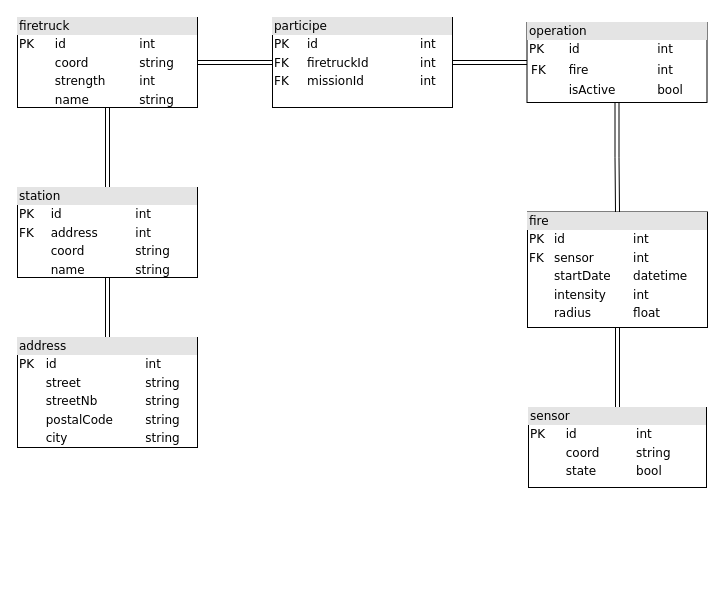
Earlier version of the draw.io diagram docs/diagrams/diagramme_merise.drawio (saya-rbt/firecloud-monitor). Source tidied: cells renumbered, new cells numbered last; positions are measured from the earlier drawing's top-left corner, leaving out a move shared by most shapes. Both pictures are drawn from the tidied source at 100%, with x=0, y=0 at pixel (17, 17).
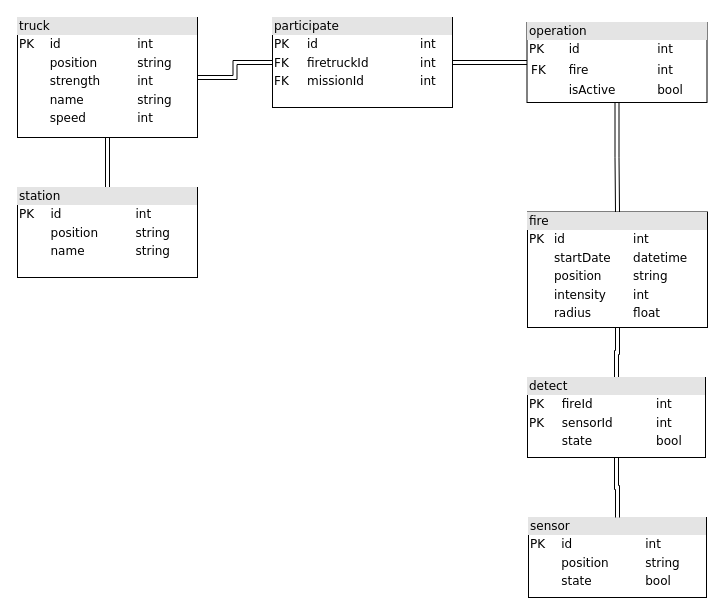
The same page after the edit.

Commit message (it also covers changes not shown here):
Update doc and update merise diagram

The edit, as a diff of the source:
```diff
@@
 <mxGraphModel background="#ffffff">
   <root>
     <mxCell id="0" />
     <mxCell id="1" parent="0" />
     <mxCell id="2" style="edgeStyle=orthogonalEdgeStyle;shape=link;rounded=0;jettySize=auto;html=1;exitX=0.5;exitY=1;exitDx=0;exitDy=0;entryX=0.5;entryY=0;entryDx=0;entryDy=0;endArrow=none;endFill=0;" parent="1" edge="1" source="4" target="9">
       <mxGeometry relative="1" as="geometry" />
     </mxCell>
     <mxCell id="3" style="edgeStyle=orthogonalEdgeStyle;shape=link;rounded=0;jettySize=auto;html=1;exitX=1;exitY=0.5;exitDx=0;exitDy=0;entryX=0;entryY=0.5;entryDx=0;entryDy=0;endArrow=none;endFill=0;" parent="1" edge="1" source="4" target="12">
       <mxGeometry relative="1" as="geometry" />
     </mxCell>
-    <mxCell id="4" value="&lt;div style=&quot;box-sizing: border-box ; width: 100% ; background: #e4e4e4 ; padding: 2px&quot;&gt;firetruck&lt;br&gt;&lt;/div&gt;&lt;table style=&quot;width: 100% ; font-size: 1em&quot; cellspacing=&quot;0&quot; cellpadding=&quot;2&quot;&gt;&lt;tbody&gt;&lt;tr&gt;&lt;td&gt;PK&lt;/td&gt;&lt;td&gt;&lt;br&gt;&lt;/td&gt;&lt;td&gt;id&lt;/td&gt;&lt;td&gt;int&lt;/td&gt;&lt;/tr&gt;&lt;tr&gt;&lt;td&gt;&lt;br&gt;&lt;/td&gt;&lt;td&gt;&lt;br&gt;&lt;/td&gt;&lt;td&gt;coord&lt;/td&gt;&lt;td&gt;string&lt;/td&gt;&lt;/tr&gt;&lt;tr&gt;&lt;td&gt;&lt;br&gt;&lt;/td&gt;&lt;td&gt;&lt;br&gt;&lt;/td&gt;&lt;td&gt;strength&lt;/td&gt;&lt;td&gt;int&lt;/td&gt;&lt;/tr&gt;&lt;tr&gt;&lt;td&gt;&lt;br&gt;&lt;/td&gt;&lt;td&gt;&lt;br&gt;&lt;/td&gt;&lt;td&gt;name&lt;/td&gt;&lt;td&gt;string&lt;/td&gt;&lt;/tr&gt;&lt;/tbody&gt;&lt;/table&gt;" style="verticalAlign=top;align=left;overflow=fill;html=1;rounded=0;shadow=0;comic=0;labelBackgroundColor=none;strokeWidth=1;fontFamily=Verdana;fontSize=12;" parent="1" vertex="1">
-      <mxGeometry width="180" height="90" as="geometry" />
+    <mxCell id="4" value="&lt;div style=&quot;box-sizing: border-box ; width: 100% ; background: #e4e4e4 ; padding: 2px&quot;&gt;truck&lt;br&gt;&lt;/div&gt;&lt;table style=&quot;width: 100% ; font-size: 1em&quot; cellspacing=&quot;0&quot; cellpadding=&quot;2&quot;&gt;&lt;tbody&gt;&lt;tr&gt;&lt;td&gt;PK&lt;/td&gt;&lt;td&gt;id&lt;/td&gt;&lt;td&gt;int&lt;/td&gt;&lt;/tr&gt;&lt;tr&gt;&lt;td&gt;&lt;br&gt;&lt;/td&gt;&lt;td&gt;position&lt;/td&gt;&lt;td&gt;string&lt;/td&gt;&lt;/tr&gt;&lt;tr&gt;&lt;td&gt;&lt;br&gt;&lt;/td&gt;&lt;td&gt;strength&lt;/td&gt;&lt;td&gt;int&lt;/td&gt;&lt;/tr&gt;&lt;tr&gt;&lt;td&gt;&lt;br&gt;&lt;/td&gt;&lt;td&gt;name&lt;/td&gt;&lt;td&gt;string&lt;/td&gt;&lt;/tr&gt;&lt;tr&gt;&lt;td&gt;&lt;br&gt;&lt;/td&gt;&lt;td&gt;speed&lt;/td&gt;&lt;td&gt;int&lt;/td&gt;&lt;/tr&gt;&lt;/tbody&gt;&lt;/table&gt;" style="verticalAlign=top;align=left;overflow=fill;html=1;rounded=0;shadow=0;comic=0;labelBackgroundColor=none;strokeWidth=1;fontFamily=Verdana;fontSize=12;" parent="1" vertex="1">
+      <mxGeometry width="180" height="120" as="geometry" />
     </mxCell>
     <mxCell id="5" style="edgeStyle=orthogonalEdgeStyle;shape=link;rounded=0;jettySize=auto;html=1;exitX=0.5;exitY=1;exitDx=0;exitDy=0;entryX=0.5;entryY=0;entryDx=0;entryDy=0;endArrow=none;endFill=0;" parent="1" edge="1" source="6" target="10">
       <mxGeometry relative="1" as="geometry" />
     </mxCell>
     <mxCell id="6" value="&lt;div style=&quot;box-sizing: border-box ; width: 100% ; background: #e4e4e4 ; padding: 2px&quot;&gt;operation&lt;br&gt;&lt;/div&gt;&lt;table style=&quot;width: 100% ; font-size: 1em&quot; cellspacing=&quot;0&quot; cellpadding=&quot;2&quot;&gt;&lt;tbody&gt;&lt;tr&gt;&lt;td&gt;PK&lt;/td&gt;&lt;td&gt;id&lt;/td&gt;&lt;td&gt;int&lt;/td&gt;&lt;/tr&gt;&lt;tr&gt;&lt;td&gt;&lt;table cellspacing=&quot;0&quot; cellpadding=&quot;2&quot;&gt;&lt;tbody&gt;&lt;tr&gt;&lt;td&gt;FK&lt;/td&gt;&lt;/tr&gt;&lt;/tbody&gt;&lt;/table&gt;&lt;/td&gt;&lt;td&gt;fire&lt;/td&gt;&lt;td&gt;int&lt;/td&gt;&lt;/tr&gt;&lt;tr&gt;&lt;td&gt;&lt;br&gt;&lt;/td&gt;&lt;td&gt;isActive&lt;br&gt;&lt;/td&gt;&lt;td&gt;bool&lt;/td&gt;&lt;/tr&gt;&lt;/tbody&gt;&lt;/table&gt;" style="verticalAlign=top;align=left;overflow=fill;html=1;rounded=0;shadow=0;comic=0;labelBackgroundColor=none;strokeWidth=1;fontFamily=Verdana;fontSize=12;" parent="1" vertex="1">
       <mxGeometry x="509.5" y="5" width="180" height="80" as="geometry" />
     </mxCell>
-    <mxCell id="7" style="edgeStyle=orthogonalEdgeStyle;shape=link;rounded=0;jettySize=auto;html=1;exitX=0.5;exitY=0;exitDx=0;exitDy=0;entryX=0.5;entryY=1;entryDx=0;entryDy=0;endArrow=none;endFill=0;" parent="1" edge="1" source="8" target="9">
-      <mxGeometry relative="1" as="geometry" />
-    </mxCell>
-    <mxCell id="8" value="&lt;div style=&quot;box-sizing: border-box ; width: 100% ; background: #e4e4e4 ; padding: 2px&quot;&gt;address&lt;br&gt;&lt;/div&gt;&lt;table style=&quot;width: 100% ; font-size: 1em&quot; cellspacing=&quot;0&quot; cellpadding=&quot;2&quot;&gt;&lt;tbody&gt;&lt;tr&gt;&lt;td&gt;PK&lt;/td&gt;&lt;td&gt;id&lt;/td&gt;&lt;td&gt;int&lt;/td&gt;&lt;/tr&gt;&lt;tr&gt;&lt;td&gt;&lt;br&gt;&lt;/td&gt;&lt;td&gt;street&lt;/td&gt;&lt;td&gt;string&lt;/td&gt;&lt;/tr&gt;&lt;tr&gt;&lt;td&gt;&lt;br&gt;&lt;/td&gt;&lt;td&gt;streetNb&lt;/td&gt;&lt;td&gt;string&lt;/td&gt;&lt;/tr&gt;&lt;tr&gt;&lt;td&gt;&lt;br&gt;&lt;/td&gt;&lt;td&gt;postalCode&lt;br&gt;&lt;/td&gt;&lt;td&gt;string&lt;/td&gt;&lt;/tr&gt;&lt;tr&gt;&lt;td&gt;&lt;br&gt;&lt;/td&gt;&lt;td&gt;city&lt;/td&gt;&lt;td&gt;string&lt;/td&gt;&lt;/tr&gt;&lt;/tbody&gt;&lt;/table&gt;" style="verticalAlign=top;align=left;overflow=fill;html=1;rounded=0;shadow=0;comic=0;labelBackgroundColor=none;strokeWidth=1;fontFamily=Verdana;fontSize=12;" parent="1" vertex="1">
-      <mxGeometry y="320" width="180" height="110" as="geometry" />
-    </mxCell>
-    <mxCell id="9" value="&lt;div style=&quot;box-sizing: border-box ; width: 100% ; background: #e4e4e4 ; padding: 2px&quot;&gt;station&lt;/div&gt;&lt;table style=&quot;width: 100% ; font-size: 1em&quot; cellspacing=&quot;0&quot; cellpadding=&quot;2&quot;&gt;&lt;tbody&gt;&lt;tr&gt;&lt;td&gt;PK&lt;/td&gt;&lt;td&gt;id&lt;/td&gt;&lt;td&gt;int&lt;/td&gt;&lt;/tr&gt;&lt;tr&gt;&lt;td&gt;FK&lt;/td&gt;&lt;td&gt;address&lt;/td&gt;&lt;td&gt;int&lt;/td&gt;&lt;/tr&gt;&lt;tr&gt;&lt;td&gt;&lt;br&gt;&lt;/td&gt;&lt;td&gt;coord&lt;/td&gt;&lt;td&gt;string&lt;/td&gt;&lt;/tr&gt;&lt;tr&gt;&lt;td&gt;&lt;br&gt;&lt;/td&gt;&lt;td&gt;name&lt;/td&gt;&lt;td&gt;string&lt;/td&gt;&lt;/tr&gt;&lt;/tbody&gt;&lt;/table&gt;" style="verticalAlign=top;align=left;overflow=fill;html=1;rounded=0;shadow=0;comic=0;labelBackgroundColor=none;strokeWidth=1;fontFamily=Verdana;fontSize=12;" parent="1" vertex="1">
+    <mxCell id="9" value="&lt;div style=&quot;box-sizing: border-box ; width: 100% ; background: #e4e4e4 ; padding: 2px&quot;&gt;station&lt;/div&gt;&lt;table style=&quot;width: 100% ; font-size: 1em&quot; cellspacing=&quot;0&quot; cellpadding=&quot;2&quot;&gt;&lt;tbody&gt;&lt;tr&gt;&lt;td&gt;PK&lt;/td&gt;&lt;td&gt;id&lt;/td&gt;&lt;td&gt;int&lt;/td&gt;&lt;/tr&gt;&lt;tr&gt;&lt;td&gt;&lt;br&gt;&lt;/td&gt;&lt;td&gt;position&lt;/td&gt;&lt;td&gt;string&lt;/td&gt;&lt;/tr&gt;&lt;tr&gt;&lt;td&gt;&lt;br&gt;&lt;/td&gt;&lt;td&gt;name&lt;/td&gt;&lt;td&gt;string&lt;/td&gt;&lt;/tr&gt;&lt;/tbody&gt;&lt;/table&gt;" style="verticalAlign=top;align=left;overflow=fill;html=1;rounded=0;shadow=0;comic=0;labelBackgroundColor=none;strokeWidth=1;fontFamily=Verdana;fontSize=12;" parent="1" vertex="1">
       <mxGeometry y="170" width="180" height="90" as="geometry" />
     </mxCell>
-    <mxCell id="10" value="&lt;div style=&quot;box-sizing: border-box ; width: 100% ; background: #e4e4e4 ; padding: 2px&quot;&gt;fire&lt;/div&gt;&lt;table style=&quot;width: 100% ; font-size: 1em&quot; cellspacing=&quot;0&quot; cellpadding=&quot;2&quot;&gt;&lt;tbody&gt;&lt;tr&gt;&lt;td&gt;PK&lt;/td&gt;&lt;td&gt;id&lt;/td&gt;&lt;td&gt;int&lt;/td&gt;&lt;/tr&gt;&lt;tr&gt;&lt;td&gt;FK&lt;br&gt;&lt;/td&gt;&lt;td&gt;sensor&lt;/td&gt;&lt;td&gt;int&lt;/td&gt;&lt;/tr&gt;&lt;tr&gt;&lt;td&gt;&lt;br&gt;&lt;/td&gt;&lt;td&gt;startDate&lt;br&gt;&lt;/td&gt;&lt;td&gt;datetime&lt;/td&gt;&lt;/tr&gt;&lt;tr&gt;&lt;td&gt;&lt;br&gt;&lt;/td&gt;&lt;td&gt;intensity&lt;/td&gt;&lt;td&gt;int&lt;/td&gt;&lt;/tr&gt;&lt;tr&gt;&lt;td&gt;&lt;br&gt;&lt;/td&gt;&lt;td&gt;radius&lt;/td&gt;&lt;td&gt;float&lt;/td&gt;&lt;/tr&gt;&lt;/tbody&gt;&lt;/table&gt;" style="verticalAlign=top;align=left;overflow=fill;html=1;rounded=0;shadow=0;comic=0;labelBackgroundColor=none;strokeWidth=1;fontFamily=Verdana;fontSize=12;" parent="1" vertex="1">
+    <mxCell id="10" value="&lt;div style=&quot;box-sizing: border-box ; width: 100% ; background: #e4e4e4 ; padding: 2px&quot;&gt;fire&lt;/div&gt;&lt;table style=&quot;width: 100% ; font-size: 1em&quot; cellspacing=&quot;0&quot; cellpadding=&quot;2&quot;&gt;&lt;tbody&gt;&lt;tr&gt;&lt;td&gt;PK&lt;/td&gt;&lt;td&gt;id&lt;/td&gt;&lt;td&gt;int&lt;/td&gt;&lt;/tr&gt;&lt;tr&gt;&lt;td&gt;&lt;br&gt;&lt;/td&gt;&lt;td&gt;startDate&lt;br&gt;&lt;/td&gt;&lt;td&gt;datetime&lt;/td&gt;&lt;/tr&gt;&lt;tr&gt;&lt;td&gt;&lt;br&gt;&lt;/td&gt;&lt;td&gt;position&lt;/td&gt;&lt;td&gt;string&lt;/td&gt;&lt;/tr&gt;&lt;tr&gt;&lt;td&gt;&lt;br&gt;&lt;/td&gt;&lt;td&gt;intensity&lt;/td&gt;&lt;td&gt;int&lt;/td&gt;&lt;/tr&gt;&lt;tr&gt;&lt;td&gt;&lt;br&gt;&lt;/td&gt;&lt;td&gt;radius&lt;/td&gt;&lt;td&gt;float&lt;/td&gt;&lt;/tr&gt;&lt;/tbody&gt;&lt;/table&gt;" style="verticalAlign=top;align=left;overflow=fill;html=1;rounded=0;shadow=0;comic=0;labelBackgroundColor=none;strokeWidth=1;fontFamily=Verdana;fontSize=12;" parent="1" vertex="1">
       <mxGeometry x="510" y="194.5" width="180" height="115.5" as="geometry" />
     </mxCell>
     <mxCell id="11" style="edgeStyle=orthogonalEdgeStyle;shape=link;rounded=0;jettySize=auto;html=1;exitX=1;exitY=0.5;exitDx=0;exitDy=0;entryX=0;entryY=0.5;entryDx=0;entryDy=0;endArrow=none;endFill=0;" parent="1" edge="1" source="12" target="6">
       <mxGeometry relative="1" as="geometry" />
     </mxCell>
-    <mxCell id="12" value="&lt;div style=&quot;box-sizing: border-box ; width: 100% ; background: #e4e4e4 ; padding: 2px&quot;&gt;participe&lt;br&gt;&lt;/div&gt;&lt;table style=&quot;width: 100% ; font-size: 1em&quot; cellspacing=&quot;0&quot; cellpadding=&quot;2&quot;&gt;&lt;tbody&gt;&lt;tr&gt;&lt;td&gt;PK&lt;/td&gt;&lt;td&gt;id&lt;/td&gt;&lt;td&gt;int&lt;/td&gt;&lt;/tr&gt;&lt;tr&gt;&lt;td&gt;FK&lt;/td&gt;&lt;td&gt;firetruckId&lt;/td&gt;&lt;td&gt;int&lt;/td&gt;&lt;/tr&gt;&lt;tr&gt;&lt;td&gt;FK&lt;/td&gt;&lt;td&gt;missionId&lt;/td&gt;&lt;td&gt;int&lt;/td&gt;&lt;/tr&gt;&lt;/tbody&gt;&lt;/table&gt;" style="verticalAlign=top;align=left;overflow=fill;html=1;rounded=0;shadow=0;comic=0;labelBackgroundColor=none;strokeWidth=1;fontFamily=Verdana;fontSize=12;" parent="1" vertex="1">
+    <mxCell id="12" value="&lt;div style=&quot;box-sizing: border-box ; width: 100% ; background: #e4e4e4 ; padding: 2px&quot;&gt;participate&lt;br&gt;&lt;/div&gt;&lt;table style=&quot;width: 100% ; font-size: 1em&quot; cellspacing=&quot;0&quot; cellpadding=&quot;2&quot;&gt;&lt;tbody&gt;&lt;tr&gt;&lt;td&gt;PK&lt;/td&gt;&lt;td&gt;id&lt;/td&gt;&lt;td&gt;int&lt;/td&gt;&lt;/tr&gt;&lt;tr&gt;&lt;td&gt;FK&lt;/td&gt;&lt;td&gt;firetruckId&lt;/td&gt;&lt;td&gt;int&lt;/td&gt;&lt;/tr&gt;&lt;tr&gt;&lt;td&gt;FK&lt;/td&gt;&lt;td&gt;missionId&lt;/td&gt;&lt;td&gt;int&lt;/td&gt;&lt;/tr&gt;&lt;/tbody&gt;&lt;/table&gt;" style="verticalAlign=top;align=left;overflow=fill;html=1;rounded=0;shadow=0;comic=0;labelBackgroundColor=none;strokeWidth=1;fontFamily=Verdana;fontSize=12;" parent="1" vertex="1">
       <mxGeometry x="255" width="180" height="90" as="geometry" />
     </mxCell>
-    <mxCell id="13" style="edgeStyle=orthogonalEdgeStyle;shape=link;rounded=0;jettySize=auto;html=1;entryX=0.5;entryY=1;entryDx=0;entryDy=0;" parent="1" edge="1" source="14" target="10">
-      <mxGeometry relative="1" as="geometry" />
-    </mxCell>
-    <mxCell id="14" value="&lt;div style=&quot;box-sizing: border-box ; width: 100% ; background: #e4e4e4 ; padding: 2px&quot;&gt;sensor&lt;/div&gt;&lt;table style=&quot;width: 100% ; font-size: 1em&quot; cellspacing=&quot;0&quot; cellpadding=&quot;2&quot;&gt;&lt;tbody&gt;&lt;tr&gt;&lt;td&gt;PK&lt;br&gt;&lt;/td&gt;&lt;td&gt;id&lt;/td&gt;&lt;td&gt;int&lt;/td&gt;&lt;/tr&gt;&lt;tr&gt;&lt;td&gt;&lt;/td&gt;&lt;td&gt;coord&lt;/td&gt;&lt;td&gt;string&lt;/td&gt;&lt;/tr&gt;&lt;tr&gt;&lt;td&gt;&lt;br&gt;&lt;/td&gt;&lt;td&gt;state&lt;/td&gt;&lt;td&gt;bool&lt;/td&gt;&lt;/tr&gt;&lt;/tbody&gt;&lt;/table&gt;" style="verticalAlign=top;align=left;overflow=fill;html=1;rounded=0;shadow=0;comic=0;labelBackgroundColor=none;strokeWidth=1;fontFamily=Verdana;fontSize=12;" parent="1" vertex="1">
-      <mxGeometry x="511" y="390" width="178" height="80" as="geometry" />
+    <mxCell id="14" value="&lt;div style=&quot;box-sizing: border-box ; width: 100% ; background: #e4e4e4 ; padding: 2px&quot;&gt;sensor&lt;/div&gt;&lt;table style=&quot;width: 100% ; font-size: 1em&quot; cellspacing=&quot;0&quot; cellpadding=&quot;2&quot;&gt;&lt;tbody&gt;&lt;tr&gt;&lt;td&gt;PK&lt;br&gt;&lt;/td&gt;&lt;td&gt;id&lt;/td&gt;&lt;td&gt;int&lt;/td&gt;&lt;/tr&gt;&lt;tr&gt;&lt;td&gt;&lt;/td&gt;&lt;td&gt;position&lt;/td&gt;&lt;td&gt;string&lt;/td&gt;&lt;/tr&gt;&lt;tr&gt;&lt;td&gt;&lt;br&gt;&lt;/td&gt;&lt;td&gt;state&lt;/td&gt;&lt;td&gt;bool&lt;/td&gt;&lt;/tr&gt;&lt;/tbody&gt;&lt;/table&gt;" style="verticalAlign=top;align=left;overflow=fill;html=1;rounded=0;shadow=0;comic=0;labelBackgroundColor=none;strokeWidth=1;fontFamily=Verdana;fontSize=12;" parent="1" vertex="1">
+      <mxGeometry x="511" y="500" width="178" height="80" as="geometry" />
     </mxCell>
+    <mxCell id="15" style="edgeStyle=orthogonalEdgeStyle;rounded=0;jettySize=auto;html=1;entryX=0.5;entryY=1;entryDx=0;entryDy=0;shape=link;" parent="1" edge="1" source="17" target="10">
+      <mxGeometry relative="1" as="geometry" />
+    </mxCell>
+    <mxCell id="16" style="edgeStyle=orthogonalEdgeStyle;rounded=0;jettySize=auto;html=1;entryX=0.5;entryY=0;entryDx=0;entryDy=0;shape=link;" parent="1" edge="1" source="17" target="14">
+      <mxGeometry relative="1" as="geometry" />
+    </mxCell>
+    <mxCell id="17" value="&lt;div style=&quot;box-sizing: border-box ; width: 100% ; background: #e4e4e4 ; padding: 2px&quot;&gt;detect&lt;/div&gt;&lt;table style=&quot;width: 100% ; font-size: 1em&quot; cellspacing=&quot;0&quot; cellpadding=&quot;2&quot;&gt;&lt;tbody&gt;&lt;tr&gt;&lt;td&gt;PK&lt;br&gt;&lt;/td&gt;&lt;td&gt;fireId&lt;/td&gt;&lt;td&gt;int&lt;/td&gt;&lt;/tr&gt;&lt;tr&gt;&lt;td&gt;PK&lt;/td&gt;&lt;td&gt;sensorId&lt;/td&gt;&lt;td&gt;int&lt;/td&gt;&lt;/tr&gt;&lt;tr&gt;&lt;td&gt;&lt;br&gt;&lt;/td&gt;&lt;td&gt;state&lt;/td&gt;&lt;td&gt;bool&lt;/td&gt;&lt;/tr&gt;&lt;/tbody&gt;&lt;/table&gt;" style="verticalAlign=top;align=left;overflow=fill;html=1;rounded=0;shadow=0;comic=0;labelBackgroundColor=none;strokeWidth=1;fontFamily=Verdana;fontSize=12;" parent="1" vertex="1">
+      <mxGeometry x="510" y="360" width="178" height="80" as="geometry" />
+    </mxCell>
   </root>
 </mxGraphModel>
```
